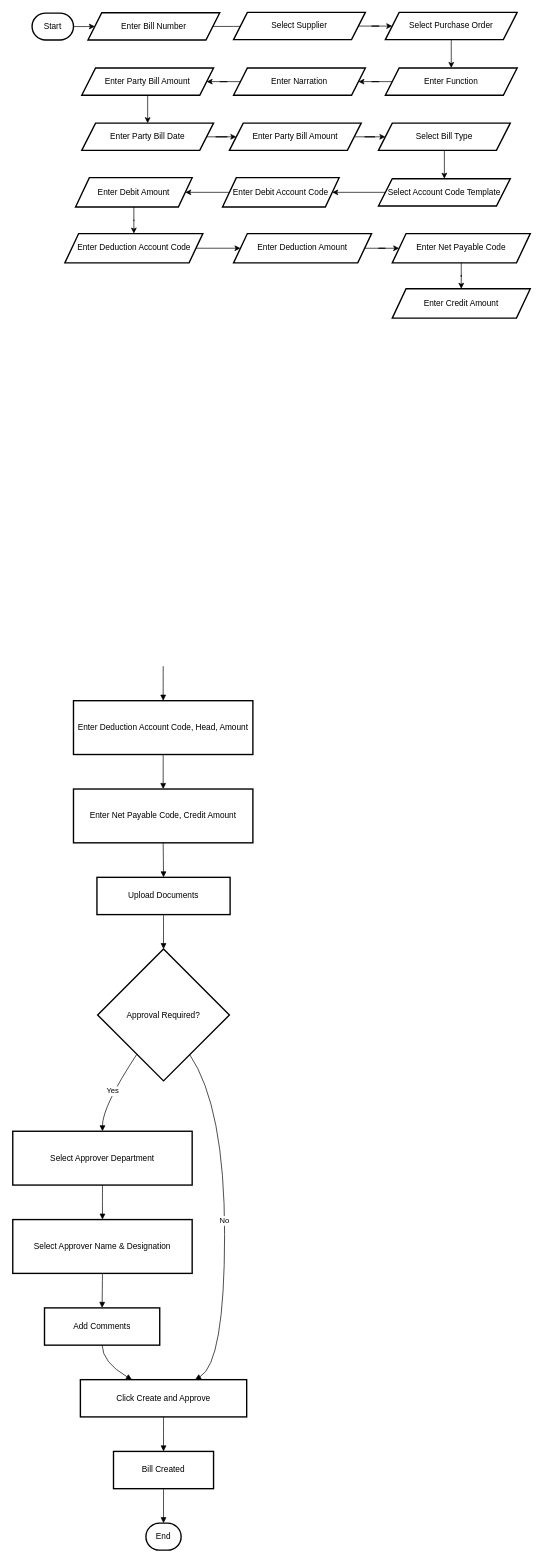
Above: Untitled Diagram.drawio in umesh-sspl/Documents (draw.io), before the change. Source tidied: cells renumbered, new cells numbered last; positions are measured from the earlier drawing's top-left corner, leaving out a move shared by most shapes. Both pictures are drawn from the tidied source at 69%, with x=0, y=0 at pixel (12, 12).
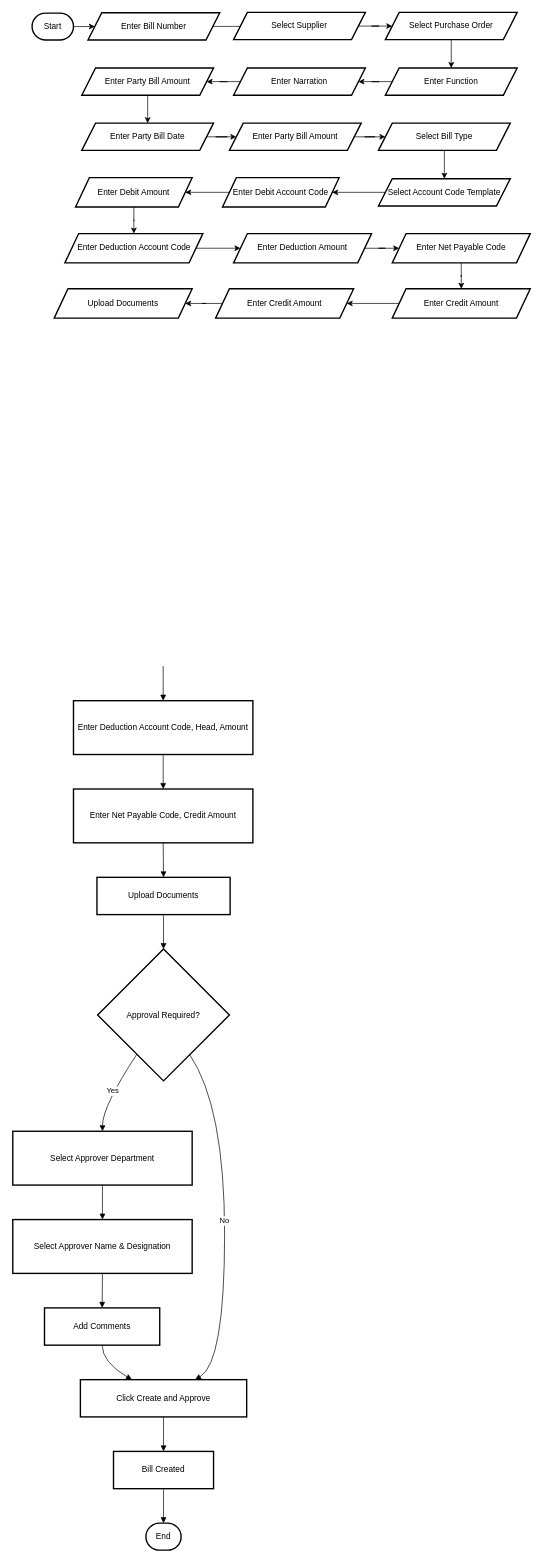
After the change.

The change refers to these unchanged cells:
```xml
<mxCell id="55" value="Enter Credit Amount " style="shape=parallelogram;perimeter=parallelogramPerimeter;whiteSpace=wrap;html=1;fixedSize=1;strokeWidth=2;" parent="1" vertex="1">
  <mxGeometry x="550" y="400" width="200" height="42.5" as="geometry" />
</mxCell>
```

Change to the diagram source:
```diff
@@
+    <mxCell id="56" style="edgeStyle=orthogonalEdgeStyle;rounded=0;jettySize=auto;html=1;" parent="1" edge="1" source="55" target="58">
+      <mxGeometry relative="1" as="geometry" />
+    </mxCell>
@@
+    <mxCell id="57" style="edgeStyle=orthogonalEdgeStyle;rounded=0;jettySize=auto;html=1;" parent="1" edge="1" source="58" target="59">
+      <mxGeometry relative="1" as="geometry" />
+    </mxCell>
+    <mxCell id="58" value="Enter Credit Amount " style="shape=parallelogram;perimeter=parallelogramPerimeter;whiteSpace=wrap;html=1;fixedSize=1;strokeWidth=2;" parent="1" vertex="1">
+      <mxGeometry x="294" y="400" width="200" height="42.5" as="geometry" />
+    </mxCell>
+    <mxCell id="59" value="Upload Documents  " style="shape=parallelogram;perimeter=parallelogramPerimeter;whiteSpace=wrap;html=1;fixedSize=1;strokeWidth=2;" parent="1" vertex="1">
+      <mxGeometry x="60" y="400" width="200" height="42.5" as="geometry" />
+    </mxCell>
```
